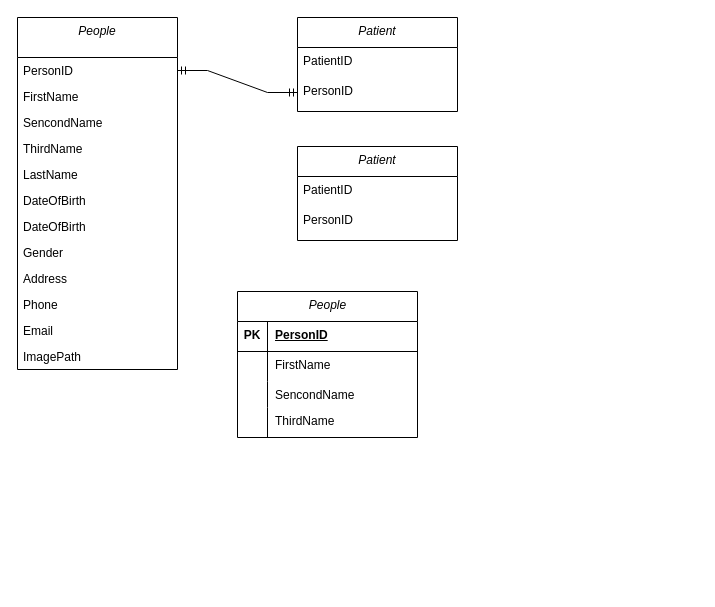
BasharHazbar/Healthcare-Management-System-HCMS keeps this draw.io diagram as Untitled Diagram.drawio. Above is the earlier version. Source tidied: cells renumbered, new cells numbered last; positions are measured from the earlier drawing's top-left corner, leaving out a move shared by most shapes. Both pictures are drawn from the tidied source at 100%, with x=0, y=0 at pixel (17, 17).
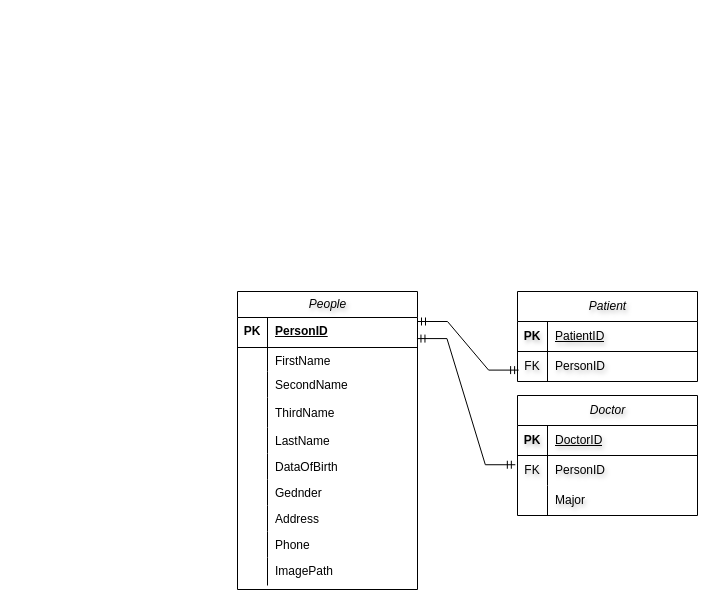
The same page after the edit.

What changed in the source:
```diff
@@
-    <mxCell id="2" value="People" style="swimlane;fontStyle=2;align=center;verticalAlign=top;horizontal=1;startSize=40;rounded=0;shadow=0;strokeWidth=1;" parent="1" vertex="1">
-      <mxGeometry width="160" height="352" as="geometry" />
-    </mxCell>
-    <mxCell id="3" value="PersonID&#10;" style="text;align=left;verticalAlign=top;spacingLeft=4;spacingRight=4;overflow=hidden;points=[[0,0.5],[1,0.5]];portConstraint=eastwest;rounded=0;shadow=0;html=0;" parent="2" vertex="1">
-      <mxGeometry y="40" width="160" height="26" as="geometry" />
-    </mxCell>
-    <mxCell id="4" value="FirstName" style="text;align=left;verticalAlign=top;spacingLeft=4;spacingRight=4;overflow=hidden;rounded=0;shadow=0;html=0;" parent="2" vertex="1">
-      <mxGeometry y="66" width="160" height="26" as="geometry" />
-    </mxCell>
-    <mxCell id="5" value="SencondName" style="text;align=left;verticalAlign=top;spacingLeft=4;spacingRight=4;overflow=hidden;rounded=0;shadow=0;html=0;" parent="2" vertex="1">
-      <mxGeometry y="92" width="160" height="26" as="geometry" />
-    </mxCell>
-    <mxCell id="6" value="ThirdName" style="text;align=left;verticalAlign=top;spacingLeft=4;spacingRight=4;overflow=hidden;rounded=0;shadow=0;html=0;" parent="2" vertex="1">
-      <mxGeometry y="118" width="160" height="26" as="geometry" />
-    </mxCell>
-    <mxCell id="7" value="LastName" style="text;align=left;verticalAlign=top;spacingLeft=4;spacingRight=4;overflow=hidden;rounded=0;shadow=0;html=0;" parent="2" vertex="1">
-      <mxGeometry y="144" width="160" height="26" as="geometry" />
-    </mxCell>
-    <mxCell id="8" value="DateOfBirth" style="text;align=left;verticalAlign=top;spacingLeft=4;spacingRight=4;overflow=hidden;rounded=0;shadow=0;html=0;" parent="2" vertex="1">
-      <mxGeometry y="170" width="160" height="26" as="geometry" />
-    </mxCell>
-    <mxCell id="9" value="DateOfBirth" style="text;align=left;verticalAlign=top;spacingLeft=4;spacingRight=4;overflow=hidden;rounded=0;shadow=0;html=0;" parent="2" vertex="1">
-      <mxGeometry y="196" width="160" height="26" as="geometry" />
-    </mxCell>
-    <mxCell id="10" value="Gender" style="text;align=left;verticalAlign=top;spacingLeft=4;spacingRight=4;overflow=hidden;rounded=0;shadow=0;html=0;" parent="2" vertex="1">
-      <mxGeometry y="222" width="160" height="26" as="geometry" />
-    </mxCell>
-    <mxCell id="11" value="Address" style="text;align=left;verticalAlign=top;spacingLeft=4;spacingRight=4;overflow=hidden;rounded=0;shadow=0;html=0;" parent="2" vertex="1">
-      <mxGeometry y="248" width="160" height="26" as="geometry" />
-    </mxCell>
-    <mxCell id="12" value="Phone" style="text;align=left;verticalAlign=top;spacingLeft=4;spacingRight=4;overflow=hidden;rounded=0;shadow=0;html=0;" parent="2" vertex="1">
-      <mxGeometry y="274" width="160" height="26" as="geometry" />
-    </mxCell>
-    <mxCell id="13" value="Email" style="text;align=left;verticalAlign=top;spacingLeft=4;spacingRight=4;overflow=hidden;rounded=0;shadow=0;html=0;" parent="2" vertex="1">
-      <mxGeometry y="300" width="160" height="26" as="geometry" />
-    </mxCell>
-    <mxCell id="14" value="ImagePath" style="text;align=left;verticalAlign=top;spacingLeft=4;spacingRight=4;overflow=hidden;rounded=0;shadow=0;html=0;" parent="2" vertex="1">
-      <mxGeometry y="326" width="160" height="26" as="geometry" />
-    </mxCell>
-    <mxCell id="15" value="Patient" style="swimlane;fontStyle=2;align=center;verticalAlign=top;horizontal=1;startSize=30;rounded=0;shadow=0;strokeWidth=1;" parent="1" vertex="1">
-      <mxGeometry x="280" width="160" height="94" as="geometry" />
-    </mxCell>
-    <mxCell id="16" value="PatientID&#10;&#10;" style="text;align=left;verticalAlign=top;spacingLeft=4;spacingRight=4;overflow=hidden;rounded=0;shadow=0;html=0;" parent="15" vertex="1">
-      <mxGeometry y="30" width="160" height="30" as="geometry" />
-    </mxCell>
-    <mxCell id="17" value="PersonID&#10;" style="text;align=left;verticalAlign=top;spacingLeft=4;spacingRight=4;overflow=hidden;points=[[0,0.5],[1,0.5]];portConstraint=eastwest;rounded=0;shadow=0;html=0;" parent="15" vertex="1">
-      <mxGeometry y="60" width="160" height="30" as="geometry" />
-    </mxCell>
-    <mxCell id="18" style="edgeStyle=entityRelationEdgeStyle;fontSize=12;html=1;endArrow=ERmandOne;startArrow=ERmandOne;rounded=0;fontFamily=Helvetica;fontColor=default;fontStyle=2;exitX=1;exitY=0.5;exitDx=0;exitDy=0;entryX=0;entryY=0.5;entryDx=0;entryDy=0;" parent="1" edge="1" source="3" target="17">
-      <mxGeometry relative="1" as="geometry" />
+    <mxCell id="18" style="edgeStyle=entityRelationEdgeStyle;fontSize=12;html=1;endArrow=ERmandOne;startArrow=ERmandOne;rounded=0;fontFamily=Helvetica;fontColor=default;fontStyle=2;exitX=0.98;exitY=0.292;exitDx=0;exitDy=0;entryX=0.006;entryY=0.779;entryDx=0;entryDy=0;exitPerimeter=0;entryPerimeter=0;" parent="1" edge="1">
+      <mxGeometry relative="1" as="geometry">
+        <mxPoint x="400" y="304" as="sourcePoint" />
+        <mxPoint x="501.1" y="352.6" as="targetPoint" />
+      </mxGeometry>
     </mxCell>
-    <mxCell id="19" value="Patient" style="swimlane;fontStyle=2;align=center;verticalAlign=top;horizontal=1;startSize=30;rounded=0;shadow=0;strokeWidth=1;" parent="1" vertex="1">
-      <mxGeometry x="280" y="129" width="160" height="94" as="geometry" />
-    </mxCell>
-    <mxCell id="20" value="PatientID&#10;&#10;" style="text;align=left;verticalAlign=top;spacingLeft=4;spacingRight=4;overflow=hidden;rounded=0;shadow=0;html=0;" parent="19" vertex="1">
-      <mxGeometry y="30" width="160" height="30" as="geometry" />
-    </mxCell>
-    <mxCell id="21" value="PersonID&#10;" style="text;align=left;verticalAlign=top;spacingLeft=4;spacingRight=4;overflow=hidden;rounded=0;shadow=0;html=0;" parent="19" vertex="1">
-      <mxGeometry y="60" width="160" height="30" as="geometry" />
-    </mxCell>
-    <mxCell id="22" value="&lt;span style=&quot;font-style: italic; font-weight: 400;&quot;&gt;People&lt;/span&gt;" style="shape=table;startSize=30;childLayout=tableLayout;rowLines=0;fontStyle=1;align=center;html=1;rounded=0;shadow=0;strokeColor=default;strokeWidth=1;verticalAlign=top;fontFamily=Helvetica;fontSize=12;fontColor=default;fillColor=default;" parent="1" vertex="1">
-      <mxGeometry x="220" y="274" width="180" height="146" as="geometry" />
+    <mxCell id="22" value="&lt;span style=&quot;font-style: italic; font-weight: 400;&quot;&gt;People&lt;/span&gt;" style="shape=table;startSize=26;childLayout=tableLayout;rowLines=0;fontStyle=1;align=center;html=1;rounded=0;shadow=0;strokeWidth=1;verticalAlign=middle;fontFamily=Helvetica;fontSize=12;textShadow=1;" parent="1" vertex="1">
+      <mxGeometry x="220" y="274" width="180" height="298" as="geometry" />
     </mxCell>
     <mxCell id="23" style="shape=tableRow;horizontal=0;startSize=0;swimlaneHead=0;swimlaneBody=0;fillColor=none;points=[[0,0.5],[1,0.5]];portConstraint=eastwest;top=0;left=0;right=0;bottom=1;rounded=0;shadow=0;strokeColor=default;strokeWidth=1;align=center;verticalAlign=top;fontFamily=Helvetica;fontSize=12;fontColor=default;fontStyle=2;" parent="22" vertex="1">
-      <mxGeometry y="30" width="180" height="30" as="geometry" />
+      <mxGeometry y="26" width="180" height="30" as="geometry" />
     </mxCell>
@@
     <mxCell id="26" style="shape=tableRow;horizontal=0;startSize=0;swimlaneHead=0;swimlaneBody=0;fillColor=none;top=0;left=0;right=0;bottom=0;rounded=0;shadow=0;strokeColor=default;strokeWidth=1;align=center;verticalAlign=top;fontFamily=Helvetica;fontSize=12;fontColor=default;fontStyle=2;" parent="22" vertex="1">
-      <mxGeometry y="60" width="180" height="30" as="geometry" />
+      <mxGeometry y="56" width="180" height="24" as="geometry" />
     </mxCell>
     <mxCell id="27" style="shape=partialRectangle;fillColor=none;top=0;left=0;bottom=0;right=0;overflow=hidden;whiteSpace=wrap;html=1;rounded=0;shadow=0;strokeColor=default;strokeWidth=1;align=center;verticalAlign=top;fontFamily=Helvetica;fontSize=12;fontColor=default;fontStyle=2;" parent="26" vertex="1">
-      <mxGeometry width="30" height="30" as="geometry" />
+      <mxGeometry width="30" height="24" as="geometry" />
     </mxCell>
     <mxCell id="28" value="&lt;span style=&quot;font-style: normal; text-wrap: nowrap;&quot;&gt;FirstName&lt;/span&gt;" style="shape=partialRectangle;fillColor=none;top=0;left=0;bottom=0;right=0;align=left;spacingLeft=6;overflow=hidden;whiteSpace=wrap;html=1;rounded=0;shadow=0;strokeColor=default;strokeWidth=1;verticalAlign=top;fontFamily=Helvetica;fontSize=12;fontColor=default;fontStyle=2;" parent="26" vertex="1">
-      <mxGeometry x="30" width="150" height="30" as="geometry" />
+      <mxGeometry x="30" width="150" height="24" as="geometry" />
     </mxCell>
+    <mxCell id="35" style="shape=tableRow;horizontal=0;startSize=0;swimlaneHead=0;swimlaneBody=0;fillColor=none;top=0;left=0;right=0;bottom=0;rounded=0;shadow=0;strokeColor=default;strokeWidth=1;align=center;verticalAlign=top;fontFamily=Helvetica;fontSize=12;fontColor=default;fontStyle=2;" parent="22" vertex="1">
+      <mxGeometry y="80" width="180" height="26" as="geometry" />
+    </mxCell>
+    <mxCell id="36" style="shape=partialRectangle;fillColor=none;top=0;left=0;bottom=0;right=0;overflow=hidden;whiteSpace=wrap;html=1;rounded=0;shadow=0;strokeColor=default;strokeWidth=1;align=center;verticalAlign=top;fontFamily=Helvetica;fontSize=12;fontColor=default;fontStyle=2;" parent="35" vertex="1">
+      <mxGeometry width="30" height="26" as="geometry" />
+    </mxCell>
+    <mxCell id="37" value="&lt;span style=&quot;font-style: normal; text-wrap: nowrap;&quot;&gt;SecondName&lt;/span&gt;" style="shape=partialRectangle;fillColor=none;top=0;left=0;bottom=0;right=0;align=left;spacingLeft=6;overflow=hidden;whiteSpace=wrap;html=1;rounded=0;shadow=0;strokeColor=default;strokeWidth=1;verticalAlign=top;fontFamily=Helvetica;fontSize=12;fontColor=default;fontStyle=2;" parent="35" vertex="1">
+      <mxGeometry x="30" width="150" height="26" as="geometry" />
+    </mxCell>
+    <mxCell id="38" style="shape=tableRow;horizontal=0;startSize=0;swimlaneHead=0;swimlaneBody=0;fillColor=none;top=0;left=0;right=0;bottom=0;" parent="22" vertex="1">
+      <mxGeometry y="106" width="180" height="30" as="geometry" />
+    </mxCell>
+    <mxCell id="39" style="shape=partialRectangle;fillColor=none;top=0;left=0;bottom=0;right=0;overflow=hidden;" parent="38" vertex="1">
+      <mxGeometry width="30" height="30" as="geometry" />
+    </mxCell>
+    <mxCell id="6" value="ThirdName" style="shape=partialRectangle;fillColor=none;top=0;left=0;bottom=0;right=0;align=left;spacingLeft=6;overflow=hidden;" parent="38" vertex="1">
+      <mxGeometry x="30" width="150" height="30" as="geometry" />
+    </mxCell>
+    <mxCell id="40" style="shape=tableRow;horizontal=0;startSize=0;swimlaneHead=0;swimlaneBody=0;fillColor=none;top=0;left=0;right=0;bottom=0;rounded=0;shadow=0;strokeColor=default;strokeWidth=1;align=center;verticalAlign=top;fontFamily=Helvetica;fontSize=12;fontColor=default;fontStyle=2;" parent="22" vertex="1">
+      <mxGeometry y="136" width="180" height="26" as="geometry" />
+    </mxCell>
+    <mxCell id="41" style="shape=partialRectangle;fillColor=none;top=0;left=0;bottom=0;right=0;overflow=hidden;whiteSpace=wrap;html=1;rounded=0;shadow=0;strokeColor=default;strokeWidth=1;align=center;verticalAlign=top;fontFamily=Helvetica;fontSize=12;fontColor=default;fontStyle=2;" parent="40" vertex="1">
+      <mxGeometry width="30" height="26" as="geometry" />
+    </mxCell>
+    <mxCell id="7" value="LastName" style="shape=partialRectangle;fillColor=none;top=0;left=0;bottom=0;right=0;align=left;spacingLeft=6;overflow=hidden;whiteSpace=wrap;html=1;rounded=0;shadow=0;strokeColor=default;strokeWidth=1;verticalAlign=top;fontFamily=Helvetica;fontSize=12;fontColor=default;fontStyle=0;" parent="40" vertex="1">
+      <mxGeometry x="30" width="150" height="26" as="geometry" />
+    </mxCell>
+    <mxCell id="42" style="shape=tableRow;horizontal=0;startSize=0;swimlaneHead=0;swimlaneBody=0;fillColor=none;top=0;left=0;right=0;bottom=0;rounded=0;shadow=0;strokeColor=default;strokeWidth=1;align=center;verticalAlign=top;fontFamily=Helvetica;fontSize=12;fontColor=default;fontStyle=2;" parent="22" vertex="1">
+      <mxGeometry y="162" width="180" height="26" as="geometry" />
+    </mxCell>
+    <mxCell id="43" style="shape=partialRectangle;fillColor=none;top=0;left=0;bottom=0;right=0;overflow=hidden;whiteSpace=wrap;html=1;rounded=0;shadow=0;strokeColor=default;strokeWidth=1;align=center;verticalAlign=top;fontFamily=Helvetica;fontSize=12;fontColor=default;fontStyle=2;" parent="42" vertex="1">
+      <mxGeometry width="30" height="26" as="geometry" />
+    </mxCell>
+    <mxCell id="44" value="DataOfBirth" style="shape=partialRectangle;fillColor=none;top=0;left=0;bottom=0;right=0;align=left;spacingLeft=6;overflow=hidden;whiteSpace=wrap;html=1;rounded=0;shadow=0;strokeColor=default;strokeWidth=1;verticalAlign=top;fontFamily=Helvetica;fontSize=12;fontColor=default;fontStyle=0;" parent="42" vertex="1">
+      <mxGeometry x="30" width="150" height="26" as="geometry" />
+    </mxCell>
+    <mxCell id="45" style="shape=tableRow;horizontal=0;startSize=0;swimlaneHead=0;swimlaneBody=0;fillColor=none;top=0;left=0;right=0;bottom=0;rounded=0;shadow=0;strokeColor=default;strokeWidth=1;align=center;verticalAlign=top;fontFamily=Helvetica;fontSize=12;fontColor=default;fontStyle=2;" parent="22" vertex="1">
+      <mxGeometry y="188" width="180" height="26" as="geometry" />
+    </mxCell>
+    <mxCell id="46" style="shape=partialRectangle;fillColor=none;top=0;left=0;bottom=0;right=0;overflow=hidden;whiteSpace=wrap;html=1;rounded=0;shadow=0;strokeColor=default;strokeWidth=1;align=center;verticalAlign=top;fontFamily=Helvetica;fontSize=12;fontColor=default;fontStyle=2;" parent="45" vertex="1">
+      <mxGeometry width="30" height="26" as="geometry" />
+    </mxCell>
+    <mxCell id="47" value="Gednder" style="shape=partialRectangle;fillColor=none;top=0;left=0;bottom=0;right=0;align=left;spacingLeft=6;overflow=hidden;whiteSpace=wrap;html=1;rounded=0;shadow=0;strokeColor=default;strokeWidth=1;verticalAlign=top;fontFamily=Helvetica;fontSize=12;fontColor=default;fontStyle=0;" parent="45" vertex="1">
+      <mxGeometry x="30" width="150" height="26" as="geometry" />
+    </mxCell>
     <mxCell id="29" style="shape=tableRow;horizontal=0;startSize=0;swimlaneHead=0;swimlaneBody=0;fillColor=none;top=0;left=0;right=0;bottom=0;rounded=0;shadow=0;strokeColor=default;strokeWidth=1;align=center;verticalAlign=top;fontFamily=Helvetica;fontSize=12;fontColor=default;fontStyle=2;" parent="22" vertex="1">
-      <mxGeometry y="90" width="180" height="26" as="geometry" />
+      <mxGeometry y="214" width="180" height="26" as="geometry" />
     </mxCell>
@@
-    <mxCell id="31" value="&lt;span style=&quot;font-style: normal; text-wrap: nowrap;&quot;&gt;SencondName&lt;/span&gt;" style="shape=partialRectangle;fillColor=none;top=0;left=0;bottom=0;right=0;align=left;spacingLeft=6;overflow=hidden;whiteSpace=wrap;html=1;rounded=0;shadow=0;strokeColor=default;strokeWidth=1;verticalAlign=top;fontFamily=Helvetica;fontSize=12;fontColor=default;fontStyle=2;" parent="29" vertex="1">
+    <mxCell id="31" value="Address" style="shape=partialRectangle;fillColor=none;top=0;left=0;bottom=0;right=0;align=left;spacingLeft=6;overflow=hidden;whiteSpace=wrap;html=1;rounded=0;shadow=0;strokeColor=default;strokeWidth=1;verticalAlign=top;fontFamily=Helvetica;fontSize=12;fontColor=default;fontStyle=0;" parent="29" vertex="1">
       <mxGeometry x="30" width="150" height="26" as="geometry" />
     </mxCell>
+    <mxCell id="48" style="shape=tableRow;horizontal=0;startSize=0;swimlaneHead=0;swimlaneBody=0;fillColor=none;top=0;left=0;right=0;bottom=0;rounded=0;shadow=0;strokeColor=default;strokeWidth=1;align=center;verticalAlign=top;fontFamily=Helvetica;fontSize=12;fontColor=default;fontStyle=2;" parent="22" vertex="1">
+      <mxGeometry y="240" width="180" height="26" as="geometry" />
+    </mxCell>
+    <mxCell id="49" style="shape=partialRectangle;fillColor=none;top=0;left=0;bottom=0;right=0;overflow=hidden;whiteSpace=wrap;html=1;rounded=0;shadow=0;strokeColor=default;strokeWidth=1;align=center;verticalAlign=top;fontFamily=Helvetica;fontSize=12;fontColor=default;fontStyle=2;" parent="48" vertex="1">
+      <mxGeometry width="30" height="26" as="geometry" />
+    </mxCell>
+    <mxCell id="12" value="Phone" style="shape=partialRectangle;fillColor=none;top=0;left=0;bottom=0;right=0;align=left;spacingLeft=6;overflow=hidden;whiteSpace=wrap;html=1;rounded=0;shadow=0;strokeColor=default;strokeWidth=1;verticalAlign=top;fontFamily=Helvetica;fontSize=12;fontColor=default;fontStyle=0;" parent="48" vertex="1">
+      <mxGeometry x="30" width="150" height="26" as="geometry" />
+    </mxCell>
     <mxCell id="32" style="shape=tableRow;horizontal=0;startSize=0;swimlaneHead=0;swimlaneBody=0;fillColor=none;top=0;left=0;right=0;bottom=0;rounded=0;shadow=0;strokeColor=default;strokeWidth=1;align=center;verticalAlign=top;fontFamily=Helvetica;fontSize=12;fontColor=default;fontStyle=2;" parent="22" vertex="1">
-      <mxGeometry y="116" width="180" height="30" as="geometry" />
+      <mxGeometry y="266" width="180" height="28" as="geometry" />
     </mxCell>
     <mxCell id="33" style="shape=partialRectangle;fillColor=none;top=0;left=0;bottom=0;right=0;overflow=hidden;whiteSpace=wrap;html=1;rounded=0;shadow=0;strokeColor=default;strokeWidth=1;align=center;verticalAlign=top;fontFamily=Helvetica;fontSize=12;fontColor=default;fontStyle=2;" parent="32" vertex="1">
-      <mxGeometry width="30" height="30" as="geometry" />
+      <mxGeometry width="30" height="28" as="geometry" />
     </mxCell>
-    <mxCell id="34" value="&lt;span style=&quot;font-style: normal; text-wrap: nowrap;&quot;&gt;ThirdName&lt;/span&gt;" style="shape=partialRectangle;fillColor=none;top=0;left=0;bottom=0;right=0;align=left;spacingLeft=6;overflow=hidden;whiteSpace=wrap;html=1;rounded=0;shadow=0;strokeColor=default;strokeWidth=1;verticalAlign=top;fontFamily=Helvetica;fontSize=12;fontColor=default;fontStyle=2;" parent="32" vertex="1">
-      <mxGeometry x="30" width="150" height="30" as="geometry" />
+    <mxCell id="34" value="ImagePath&lt;div&gt;&lt;br&gt;&lt;/div&gt;" style="shape=partialRectangle;fillColor=none;top=0;left=0;bottom=0;right=0;align=left;spacingLeft=6;overflow=hidden;whiteSpace=wrap;html=1;rounded=0;shadow=0;strokeColor=default;strokeWidth=1;verticalAlign=top;fontFamily=Helvetica;fontSize=12;fontColor=default;fontStyle=0;" parent="32" vertex="1">
+      <mxGeometry x="30" width="150" height="28" as="geometry" />
     </mxCell>
+    <mxCell id="50" value="&lt;span style=&quot;font-style: italic; font-weight: 400;&quot;&gt;Patient&lt;/span&gt;" style="shape=table;startSize=30;childLayout=tableLayout;rowLines=0;fontStyle=1;align=center;html=1;textShadow=1;" parent="1" vertex="1">
+      <mxGeometry x="500" y="274" width="180" height="90" as="geometry" />
+    </mxCell>
+    <mxCell id="51" style="shape=tableRow;horizontal=0;startSize=0;swimlaneHead=0;swimlaneBody=0;fillColor=none;top=0;left=0;right=0;bottom=1;textShadow=1;" parent="50" vertex="1">
+      <mxGeometry y="30" width="180" height="30" as="geometry" />
+    </mxCell>
+    <mxCell id="52" value="PK" style="shape=partialRectangle;fillColor=none;top=0;left=0;bottom=0;right=0;fontStyle=1;overflow=hidden;whiteSpace=wrap;html=1;textShadow=1;" parent="51" vertex="1">
+      <mxGeometry width="30" height="30" as="geometry" />
+    </mxCell>
+    <mxCell id="53" value="&lt;span style=&quot;font-weight: 400; text-align: center; text-wrap: nowrap;&quot;&gt;PatientID&lt;/span&gt;" style="shape=partialRectangle;fillColor=none;top=0;left=0;bottom=0;right=0;align=left;spacingLeft=6;fontStyle=5;overflow=hidden;whiteSpace=wrap;html=1;textShadow=1;" parent="51" vertex="1">
+      <mxGeometry x="30" width="150" height="30" as="geometry" />
+    </mxCell>
+    <mxCell id="54" style="shape=tableRow;horizontal=0;startSize=0;swimlaneHead=0;swimlaneBody=0;fillColor=none;top=0;left=0;right=0;bottom=0;textShadow=1;fontStyle=0;" parent="50" vertex="1">
+      <mxGeometry y="60" width="180" height="30" as="geometry" />
+    </mxCell>
+    <mxCell id="55" value="FK" style="shape=partialRectangle;fillColor=none;top=0;left=0;bottom=0;right=0;overflow=hidden;whiteSpace=wrap;html=1;textShadow=1;" parent="54" vertex="1">
+      <mxGeometry width="30" height="30" as="geometry" />
+    </mxCell>
+    <mxCell id="56" value="&lt;span style=&quot;text-align: center; text-wrap: nowrap;&quot;&gt;PersonID&lt;/span&gt;" style="shape=partialRectangle;fillColor=none;top=0;left=0;bottom=0;right=0;align=left;spacingLeft=6;overflow=hidden;whiteSpace=wrap;html=1;textShadow=1;" parent="54" vertex="1">
+      <mxGeometry x="30" width="150" height="30" as="geometry" />
+    </mxCell>
+    <mxCell id="57" value="&lt;span style=&quot;font-style: italic; font-weight: 400;&quot;&gt;Doctor&lt;/span&gt;" style="shape=table;startSize=30;childLayout=tableLayout;rowLines=0;fontStyle=1;align=center;html=1;textShadow=1;" parent="1" vertex="1">
+      <mxGeometry x="500" y="378" width="180" height="120" as="geometry" />
+    </mxCell>
+    <mxCell id="58" style="shape=tableRow;horizontal=0;startSize=0;swimlaneHead=0;swimlaneBody=0;fillColor=none;top=0;left=0;right=0;bottom=1;textShadow=1;" parent="57" vertex="1">
+      <mxGeometry y="30" width="180" height="30" as="geometry" />
+    </mxCell>
+    <mxCell id="59" value="PK" style="shape=partialRectangle;fillColor=none;top=0;left=0;bottom=0;right=0;fontStyle=1;overflow=hidden;whiteSpace=wrap;html=1;textShadow=1;" parent="58" vertex="1">
+      <mxGeometry width="30" height="30" as="geometry" />
+    </mxCell>
+    <mxCell id="60" value="&lt;span style=&quot;font-weight: 400; text-align: center; text-wrap: nowrap;&quot;&gt;DoctorID&lt;/span&gt;" style="shape=partialRectangle;fillColor=none;top=0;left=0;bottom=0;right=0;align=left;spacingLeft=6;fontStyle=5;overflow=hidden;whiteSpace=wrap;html=1;textShadow=1;" parent="58" vertex="1">
+      <mxGeometry x="30" width="150" height="30" as="geometry" />
+    </mxCell>
+    <mxCell id="61" style="shape=tableRow;horizontal=0;startSize=0;swimlaneHead=0;swimlaneBody=0;fillColor=none;points=[[0,0.5],[1,0.5]];portConstraint=eastwest;top=0;left=0;right=0;bottom=0;textShadow=1;fontStyle=0;" parent="57" vertex="1">
+      <mxGeometry y="60" width="180" height="30" as="geometry" />
+    </mxCell>
+    <mxCell id="62" value="FK" style="shape=partialRectangle;fillColor=none;top=0;left=0;bottom=0;right=0;overflow=hidden;whiteSpace=wrap;html=1;textShadow=1;" parent="61" vertex="1">
+      <mxGeometry width="30" height="30" as="geometry" />
+    </mxCell>
+    <mxCell id="63" value="&lt;span style=&quot;text-align: center; text-wrap: nowrap;&quot;&gt;PersonID&lt;/span&gt;" style="shape=partialRectangle;fillColor=none;top=0;left=0;bottom=0;right=0;align=left;spacingLeft=6;overflow=hidden;whiteSpace=wrap;html=1;textShadow=1;" parent="61" vertex="1">
+      <mxGeometry x="30" width="150" height="30" as="geometry" />
+    </mxCell>
+    <mxCell id="64" style="shape=tableRow;horizontal=0;startSize=0;swimlaneHead=0;swimlaneBody=0;fillColor=none;top=0;left=0;right=0;bottom=0;textShadow=1;fontStyle=0;" parent="57" vertex="1">
+      <mxGeometry y="90" width="180" height="30" as="geometry" />
+    </mxCell>
+    <mxCell id="65" style="shape=partialRectangle;fillColor=none;top=0;left=0;bottom=0;right=0;overflow=hidden;whiteSpace=wrap;html=1;textShadow=1;" parent="64" vertex="1">
+      <mxGeometry width="30" height="30" as="geometry" />
+    </mxCell>
+    <mxCell id="66" value="Major" style="shape=partialRectangle;fillColor=none;top=0;left=0;bottom=0;right=0;align=left;spacingLeft=6;overflow=hidden;whiteSpace=wrap;html=1;textShadow=1;" parent="64" vertex="1">
+      <mxGeometry x="30" width="150" height="30" as="geometry" />
+    </mxCell>
+    <mxCell id="67" style="edgeStyle=entityRelationEdgeStyle;fontSize=12;html=1;endArrow=ERmandOne;startArrow=ERmandOne;rounded=0;fontFamily=Helvetica;fontColor=default;fontStyle=2;exitX=0.997;exitY=0.703;exitDx=0;exitDy=0;entryX=-0.012;entryY=0.308;entryDx=0;entryDy=0;exitPerimeter=0;entryPerimeter=0;" parent="1" edge="1" source="23" target="61">
+      <mxGeometry relative="1" as="geometry" />
+    </mxCell>
```
